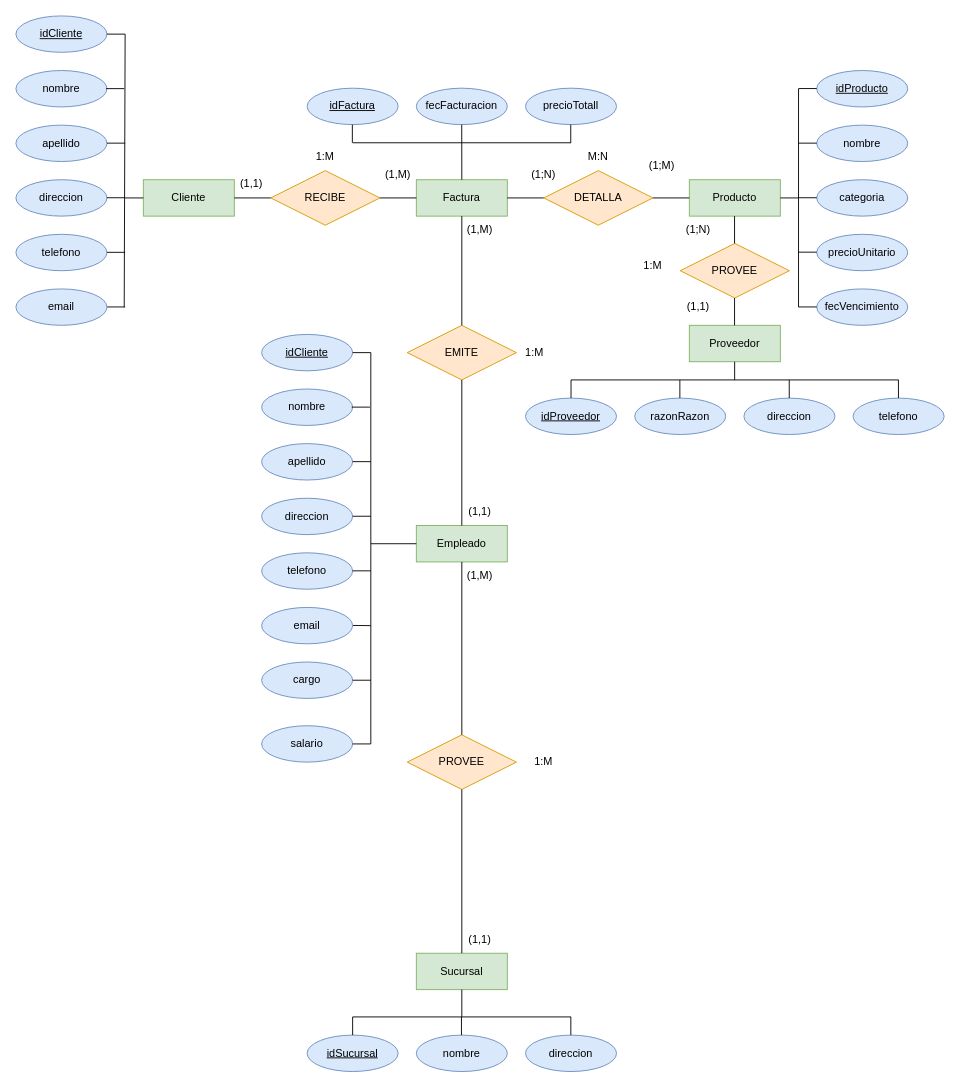
Above: Diagramas/Supermercado_DER.drawio in DylanSVicharra/ABD---TP-Integrador (draw.io), before the change. Source tidied: cells renumbered, new cells numbered last; positions are measured from the earlier drawing's top-left corner, leaving out a move shared by most shapes. Both pictures are drawn from the tidied source at 91%, with x=0, y=0 at pixel (15, 15).
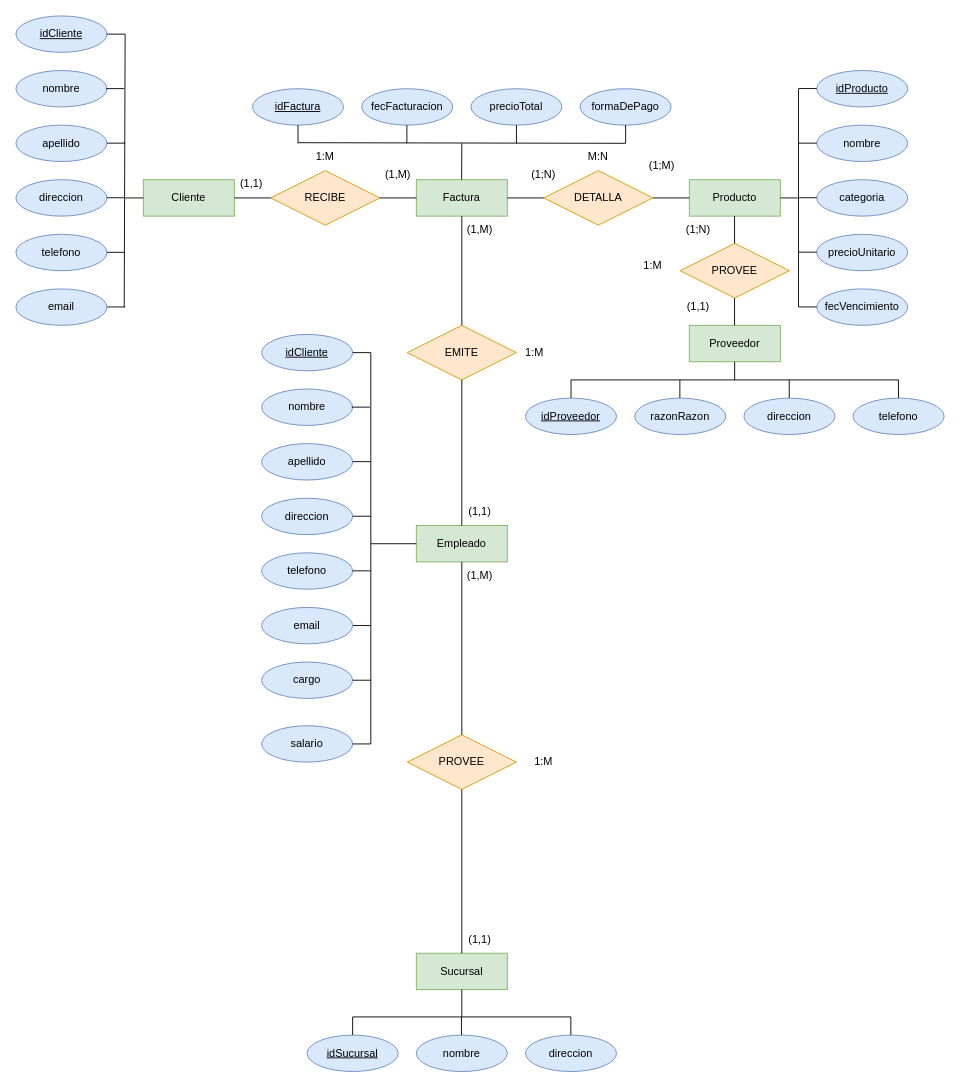
The same page after the edit.

The change refers to these unchanged cells:
```xml
<mxCell id="8" value="Factura" style="whiteSpace=wrap;html=1;align=center;fillColor=#d5e8d4;strokeColor=#82b366;" parent="1" vertex="1">
  <mxGeometry x="440" y="180" width="100" height="40" as="geometry" />
</mxCell>
<mxCell id="29" value="M:N" style="text;html=1;strokeColor=none;fillColor=none;align=center;verticalAlign=middle;whiteSpace=wrap;rounded=0;" parent="1" vertex="1">
  <mxGeometry x="610" y="140" width="60" height="30" as="geometry" />
</mxCell>
```

Change to the diagram source:
```diff
@@
     <mxCell id="18" value="idFactura" style="ellipse;whiteSpace=wrap;html=1;align=center;fontStyle=4;fillColor=#dae8fc;strokeColor=#6c8ebf;" parent="1" vertex="1">
-      <mxGeometry x="320" y="79.4" width="100" height="40" as="geometry" />
+      <mxGeometry x="260" y="80" width="100" height="40" as="geometry" />
     </mxCell>
     <mxCell id="19" value="fecFacturacion" style="ellipse;whiteSpace=wrap;html=1;align=center;fillColor=#dae8fc;strokeColor=#6c8ebf;" parent="1" vertex="1">
-      <mxGeometry x="440" y="79.4" width="100" height="40" as="geometry" />
+      <mxGeometry x="380" y="80" width="100" height="40" as="geometry" />
     </mxCell>
-    <mxCell id="20" value="precioTotall" style="ellipse;whiteSpace=wrap;html=1;align=center;fillColor=#dae8fc;strokeColor=#6c8ebf;" parent="1" vertex="1">
-      <mxGeometry x="560" y="79.4" width="100" height="40" as="geometry" />
+    <mxCell id="20" value="precioTotal" style="ellipse;whiteSpace=wrap;html=1;align=center;fillColor=#dae8fc;strokeColor=#6c8ebf;" parent="1" vertex="1">
+      <mxGeometry x="500" y="80" width="100" height="40" as="geometry" />
     </mxCell>
@@
-    <mxCell id="55" style="endArrow=none;html=1;rounded=0;" parent="1" edge="1">
+    <mxCell id="55" style="endArrow=none;html=1;rounded=0;exitX=1;exitY=0;exitDx=0;exitDy=0;" parent="1" edge="1" source="29">
       <mxGeometry relative="1" as="geometry">
-        <mxPoint x="610" y="139.4" as="sourcePoint" />
-        <mxPoint x="370" y="139.4" as="targetPoint" />
+        <mxPoint x="310" y="139.3" as="targetPoint" />
       </mxGeometry>
     </mxCell>
     <mxCell id="56" style="endArrow=none;html=1;rounded=0;" parent="1" edge="1">
       <mxGeometry relative="1" as="geometry">
-        <mxPoint x="369.7" y="139.4" as="sourcePoint" />
-        <mxPoint x="369.7" y="119.4" as="targetPoint" />
+        <mxPoint x="310" y="140" as="sourcePoint" />
+        <mxPoint x="310" y="120" as="targetPoint" />
       </mxGeometry>
     </mxCell>
     <mxCell id="57" style="endArrow=none;html=1;rounded=0;" parent="1" edge="1">
       <mxGeometry relative="1" as="geometry">
-        <mxPoint x="609.7" y="139.4" as="sourcePoint" />
-        <mxPoint x="609.7" y="119.4" as="targetPoint" />
+        <mxPoint x="550" y="140" as="sourcePoint" />
+        <mxPoint x="550" y="120" as="targetPoint" />
       </mxGeometry>
     </mxCell>
-    <mxCell id="58" style="endArrow=none;html=1;rounded=0;exitX=0.5;exitY=0;exitDx=0;exitDy=0;" parent="1" edge="1" source="8">
+    <mxCell id="58" style="endArrow=none;html=1;rounded=0;exitX=0.5;exitY=0;exitDx=0;exitDy=0;" parent="1" edge="1">
       <mxGeometry relative="1" as="geometry">
-        <mxPoint x="489.9" y="119.4" as="targetPoint" />
+        <mxPoint x="489.8" y="180" as="sourcePoint" />
+        <mxPoint x="490" y="140" as="targetPoint" />
       </mxGeometry>
     </mxCell>
@@
+    <mxCell id="107" value="formaDePago" style="ellipse;whiteSpace=wrap;html=1;align=center;fillColor=#dae8fc;strokeColor=#6c8ebf;" parent="1" vertex="1">
+      <mxGeometry x="620" y="80" width="100" height="40" as="geometry" />
+    </mxCell>
+    <mxCell id="108" style="endArrow=none;html=1;rounded=0;" parent="1" edge="1">
+      <mxGeometry relative="1" as="geometry">
+        <mxPoint x="429.6" y="140" as="sourcePoint" />
+        <mxPoint x="429.6" y="120" as="targetPoint" />
+      </mxGeometry>
+    </mxCell>
+    <mxCell id="109" style="endArrow=none;html=1;rounded=0;" parent="1" edge="1">
+      <mxGeometry relative="1" as="geometry">
+        <mxPoint x="670" y="140" as="sourcePoint" />
+        <mxPoint x="670" y="120" as="targetPoint" />
+      </mxGeometry>
+    </mxCell>
```
